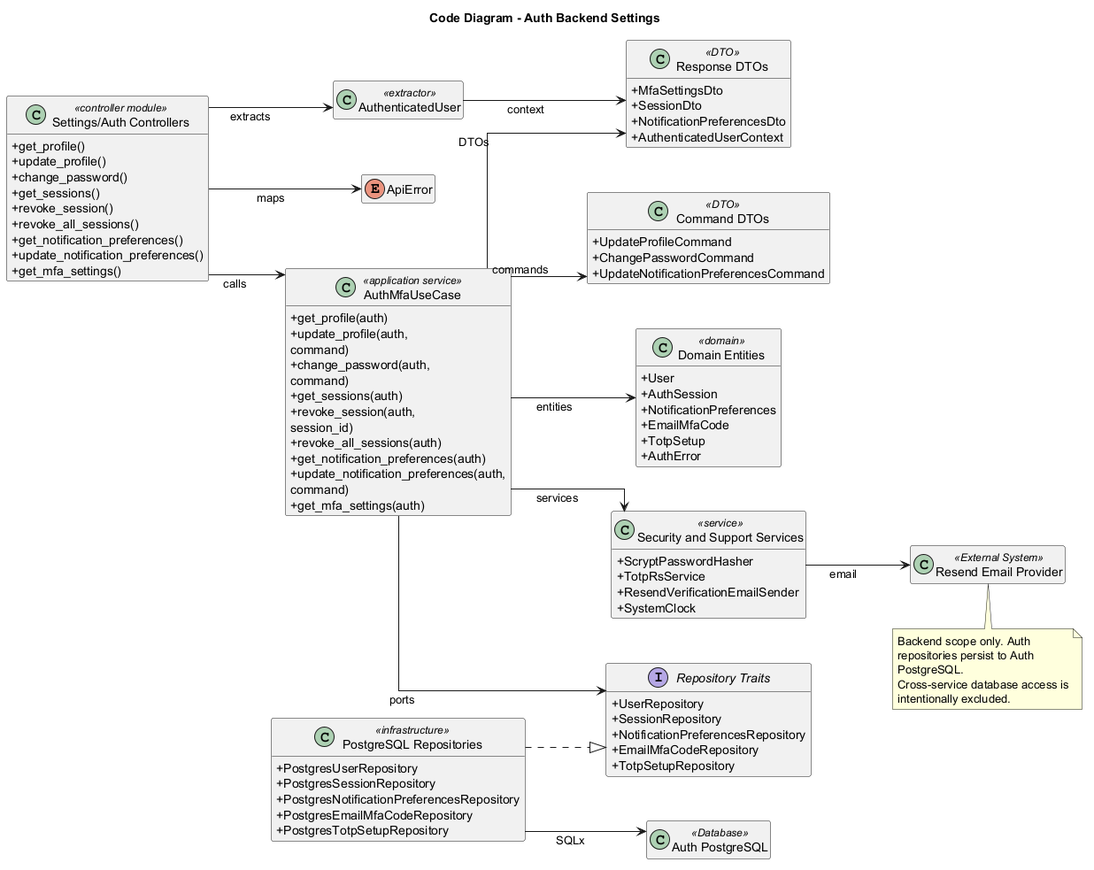
Above: docs/architecture/individual-code-backend-settings.png in advprog-2026-A10-project/Module-9-Group (PlantUML), before the change.
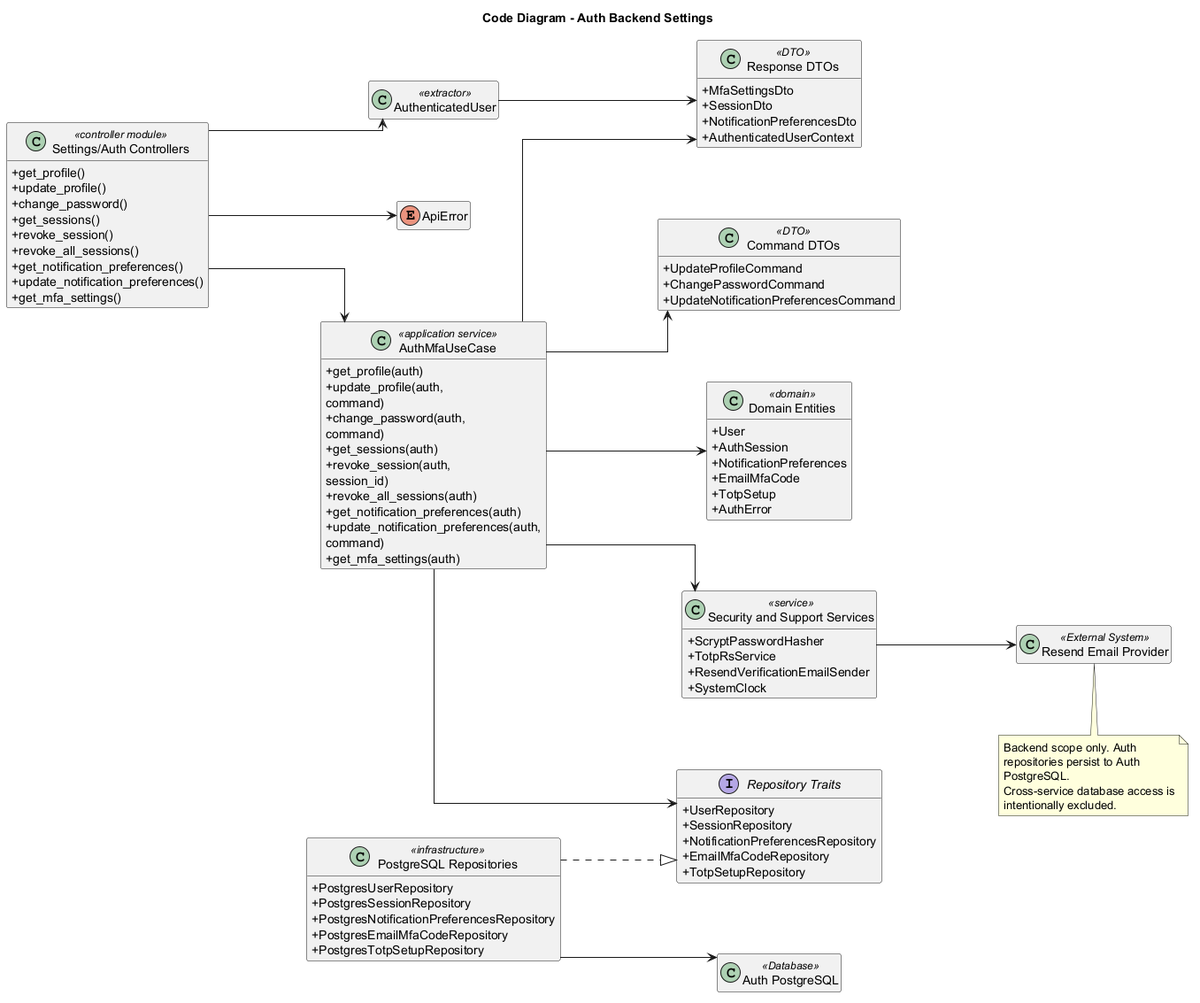
The same diagram one commit later.

Commit message:
final attemt to fix image overlap Individual container diagram of Auth Settings Security with its code diagram of the group A10 BidMart

Change to the diagram source:
```diff
@@ -3,8 +3,8 @@
 left to right direction
 skinparam classAttributeIconSize 0
 skinparam linetype ortho
-skinparam nodesep 50
-skinparam ranksep 70
+skinparam nodesep 80
+skinparam ranksep 110
 skinparam wrapWidth 200
 hide empty members
 
@@ -83,20 +83,20 @@
 class "Auth PostgreSQL" as AuthDB <<Database>>
 class "Resend Email Provider" as Resend <<External System>>
 
-Controllers --> AuthenticatedUser : extracts
-Controllers --> AuthMfaUseCase : calls
-Controllers --> ApiError : maps
-AuthenticatedUser --> ResponseDtos : context
+Controllers --> AuthenticatedUser
+Controllers --> AuthMfaUseCase
+Controllers --> ApiError
+AuthenticatedUser --> ResponseDtos
 
-AuthMfaUseCase --> CommandDtos : commands
-AuthMfaUseCase --> ResponseDtos : DTOs
-AuthMfaUseCase --> DomainEntities : entities
-AuthMfaUseCase --> RepositoryTraits : ports
-AuthMfaUseCase --> SecurityServices : services
+AuthMfaUseCase --> CommandDtos
+AuthMfaUseCase --> ResponseDtos
+AuthMfaUseCase --> DomainEntities
+AuthMfaUseCase --> RepositoryTraits
+AuthMfaUseCase --> SecurityServices
 
 PostgresRepositories ..|> RepositoryTraits
-PostgresRepositories --> AuthDB : SQLx
-SecurityServices --> Resend : email
+PostgresRepositories --> AuthDB
+SecurityServices --> Resend
 
 note bottom
 Backend scope only. Auth repositories persist to Auth PostgreSQL.
```
